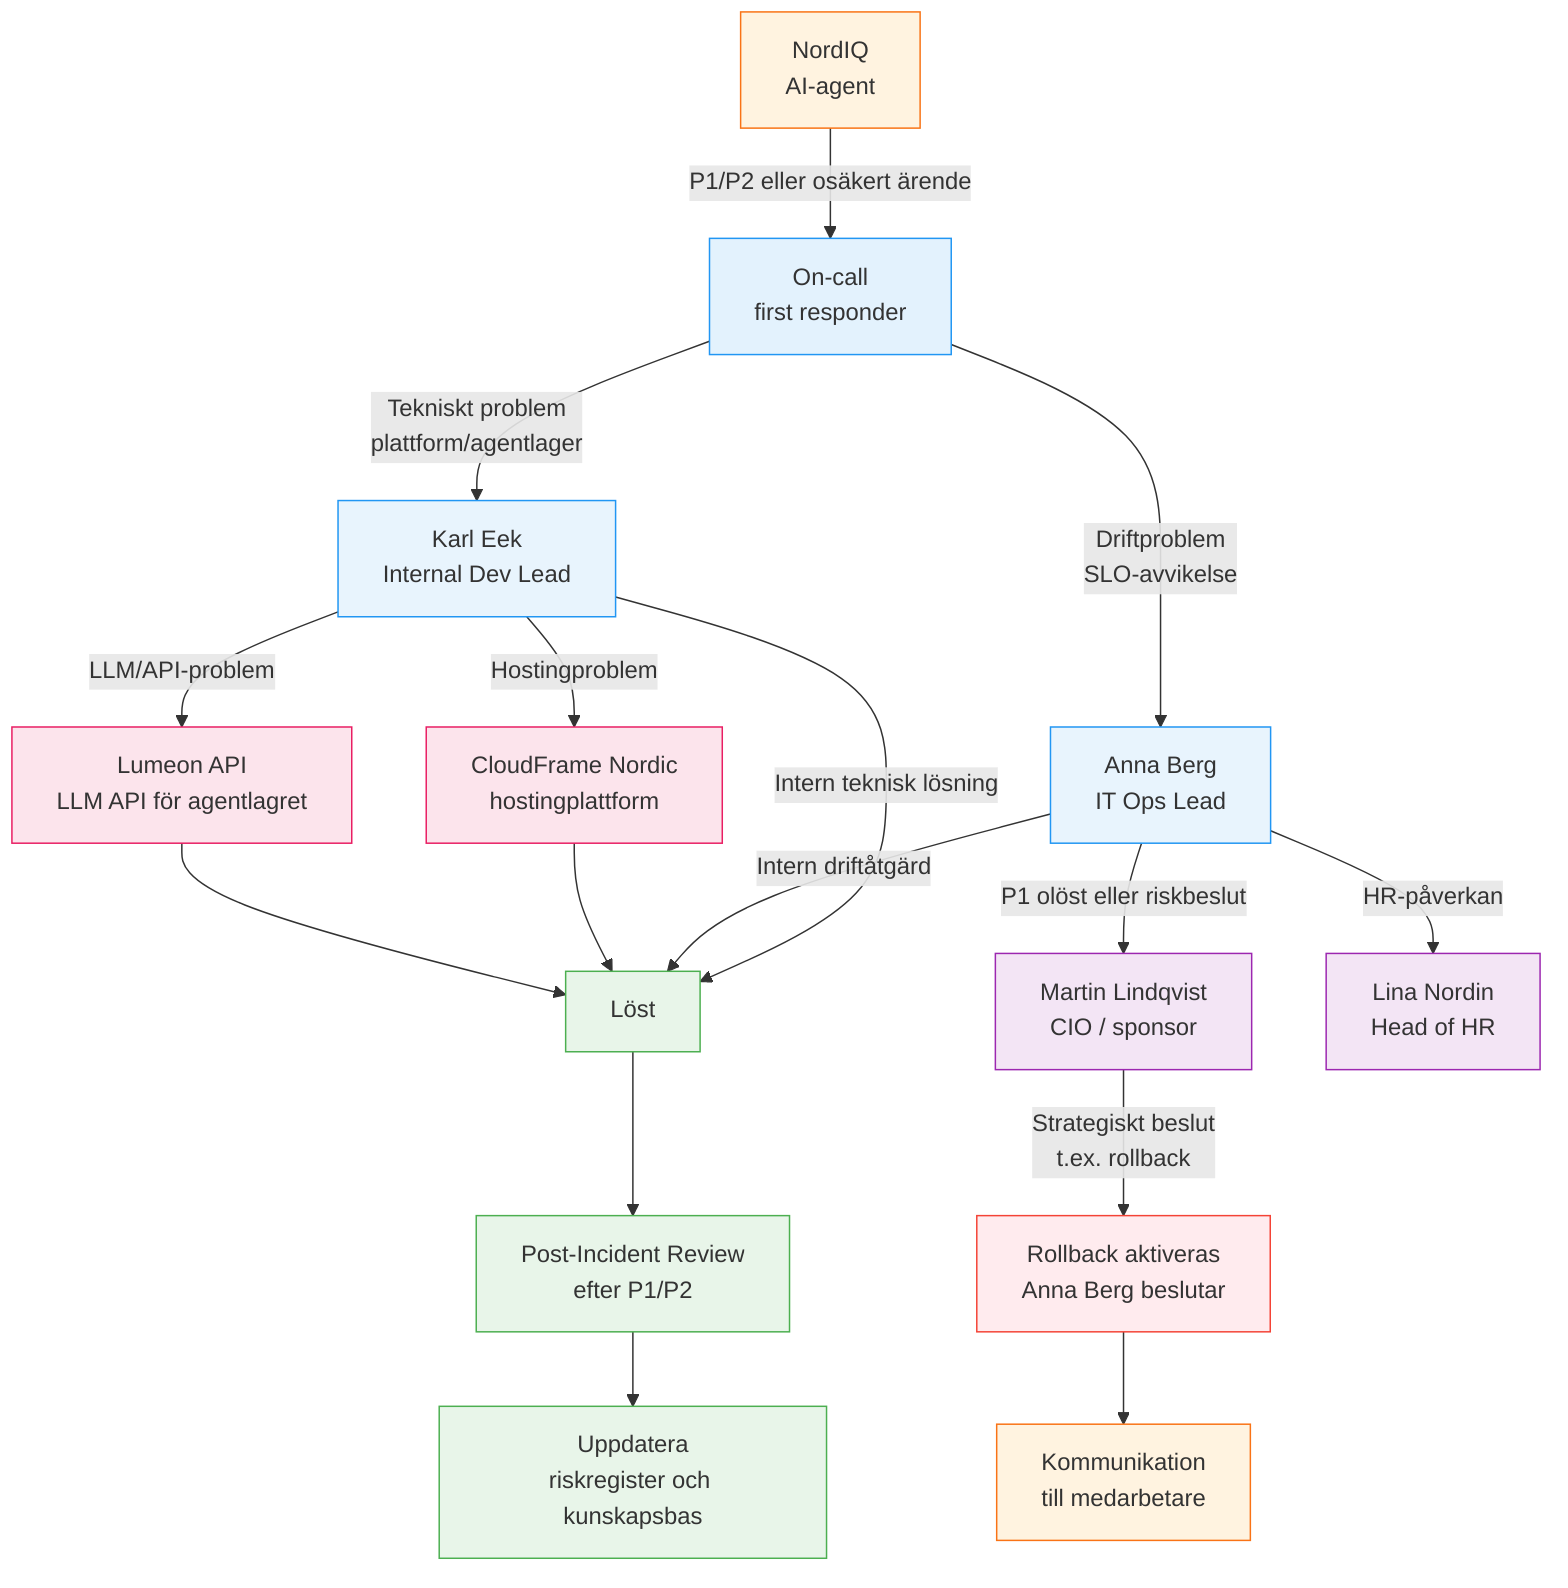
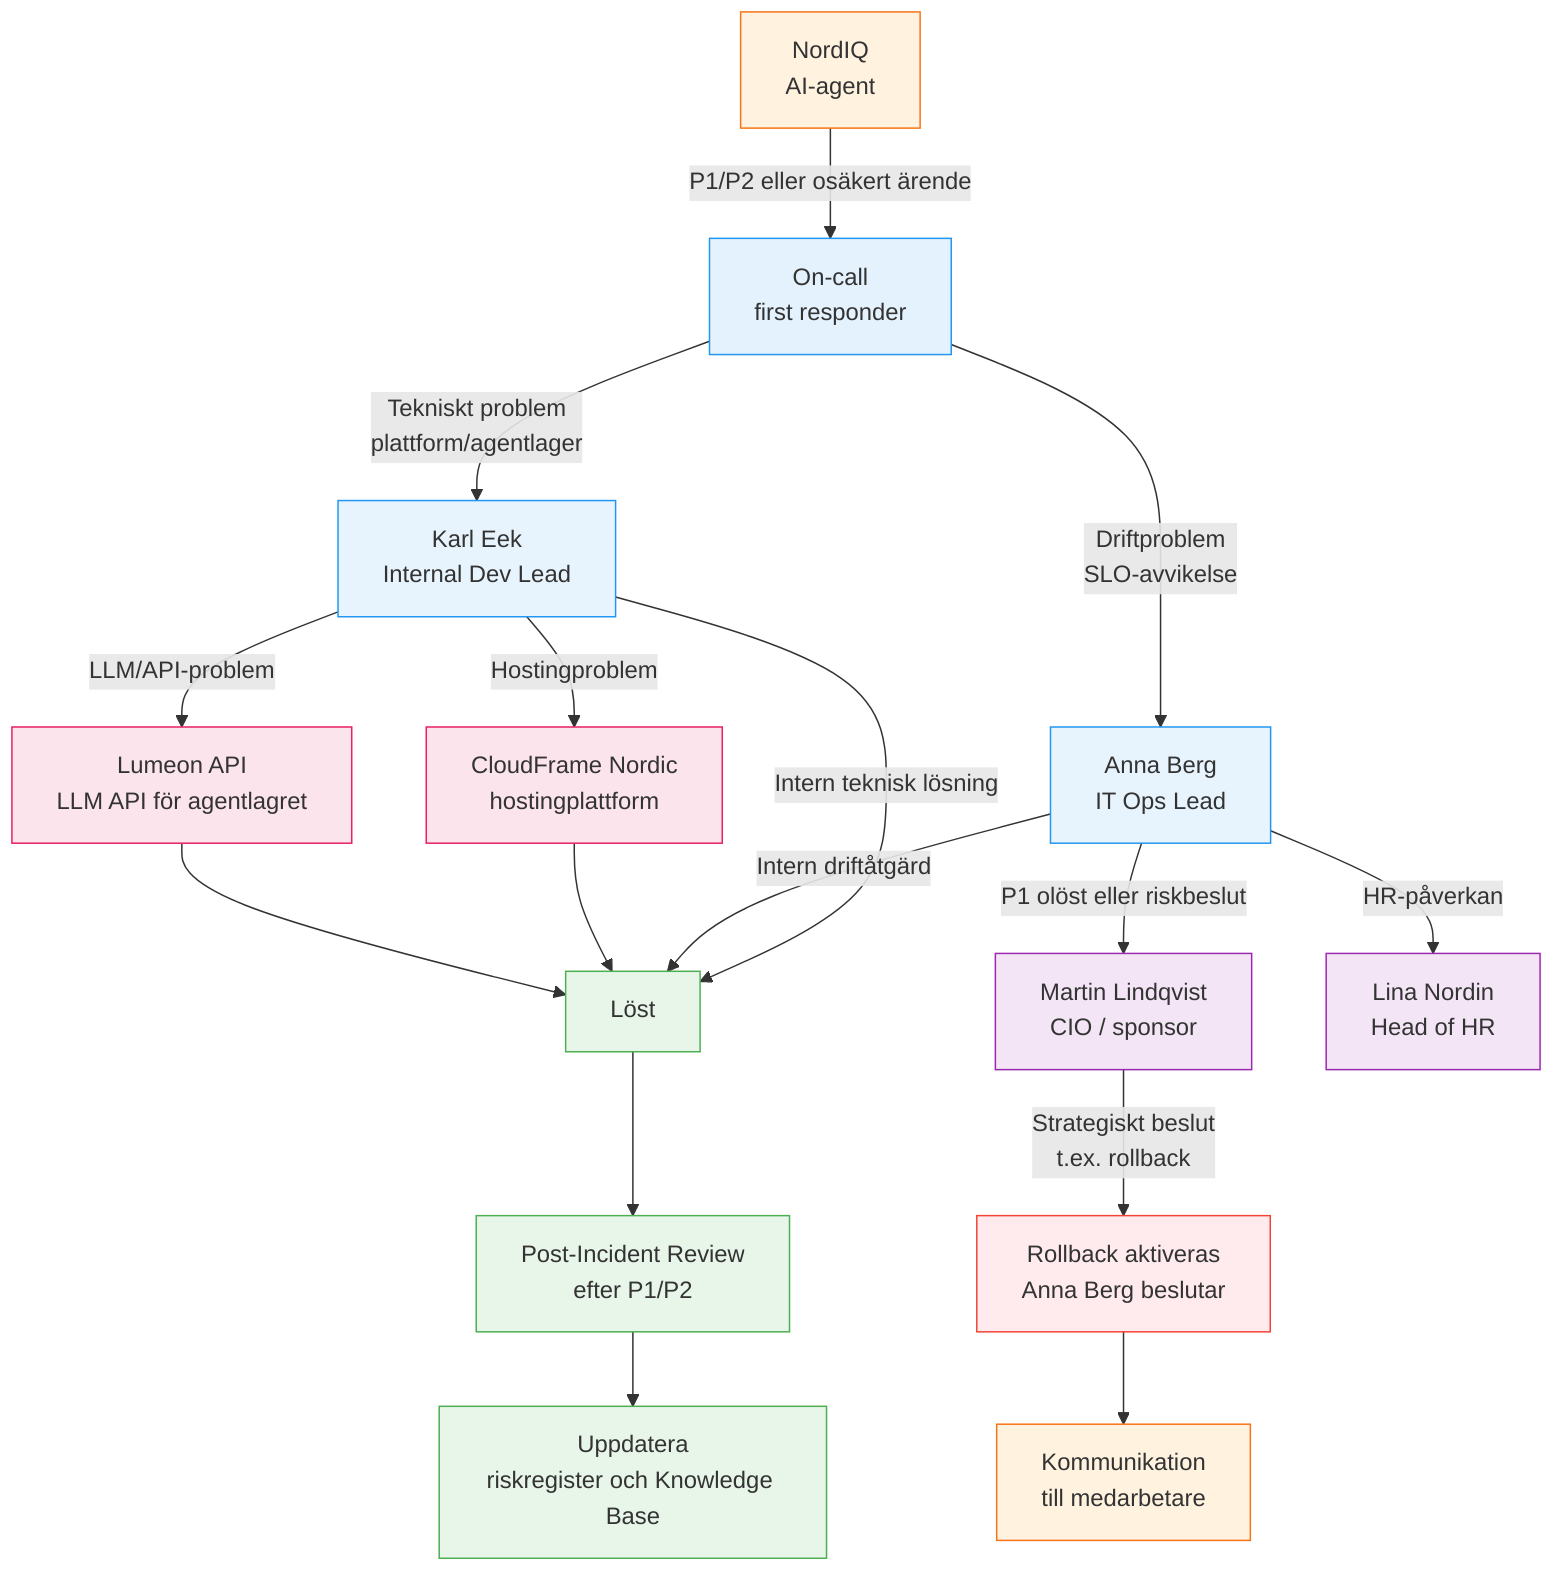
flowchart TD
-     A[NordIQ\nAI-agent] -->|P1/P2 eller osäkert ärende| B[On-call\nfirst responder]
+     A[NordIQ<br/>AI-agent] -->|P1/P2 eller osäkert ärende| B[On-call<br/>first responder]

-     B -->|Tekniskt problem\nplattform/agentlager| C[Karl Eek\nInternal Dev Lead]
-     B -->|Driftproblem\nSLO-avvikelse| D[Anna Berg\nIT Ops Lead]
+     B -->|Tekniskt problem<br/>plattform/agentlager| C[Karl Eek<br/>Internal Dev Lead]
+     B -->|Driftproblem<br/>SLO-avvikelse| D[Anna Berg<br/>IT Ops Lead]

-     C -->|Hostingproblem| E[CloudFrame Nordic\nhostingplattform]
-     C -->|LLM/API-problem| F[Lumeon API\nLLM API för agentlagret]
+     C -->|Hostingproblem| E[CloudFrame Nordic<br/>hostingplattform]
+     C -->|LLM/API-problem| F[Lumeon API<br/>LLM API för agentlagret]
    C -->|Intern teknisk lösning| G[Löst]

-     D -->|P1 olöst eller riskbeslut| H[Martin Lindqvist\nCIO / sponsor]
-     D -->|HR-påverkan| I[Lina Nordin\nHead of HR]
+     D -->|P1 olöst eller riskbeslut| H[Martin Lindqvist<br/>CIO / sponsor]
+     D -->|HR-påverkan| I[Lina Nordin<br/>Head of HR]
    D -->|Intern driftåtgärd| G

    E --> G
    F --> G
-     H -->|Strategiskt beslut\nt.ex. rollback| J[Rollback aktiveras\nAnna Berg beslutar]
-     J --> K[Kommunikation\ntill medarbetare]
+     H -->|Strategiskt beslut<br/>t.ex. rollback| J[Rollback aktiveras<br/>Anna Berg beslutar]
+     J --> K[Kommunikation<br/>till medarbetare]

-     G --> L[Post-Incident Review\nefter P1/P2]
-     L --> M[Uppdatera\nriskregister och kunskapsbas]
+     G --> L[Post-Incident Review<br/>efter P1/P2]
+     L --> M[Uppdatera<br/>riskregister och Knowledge Base]

    style A fill:#fff3e0,stroke:#F97316
    style B fill:#e3f2fd,stroke:#2196F3
    style C fill:#e8f4fd,stroke:#2196F3
    style D fill:#e8f4fd,stroke:#2196F3
    style E fill:#fce4ec,stroke:#E91E63
    style F fill:#fce4ec,stroke:#E91E63
    style G fill:#e8f5e9,stroke:#4CAF50
    style H fill:#f3e5f5,stroke:#9C27B0
    style I fill:#f3e5f5,stroke:#9C27B0
    style J fill:#ffebee,stroke:#F44336
    style K fill:#fff3e0,stroke:#F97316
    style L fill:#e8f5e9,stroke:#4CAF50
    style M fill:#e8f5e9,stroke:#4CAF50
